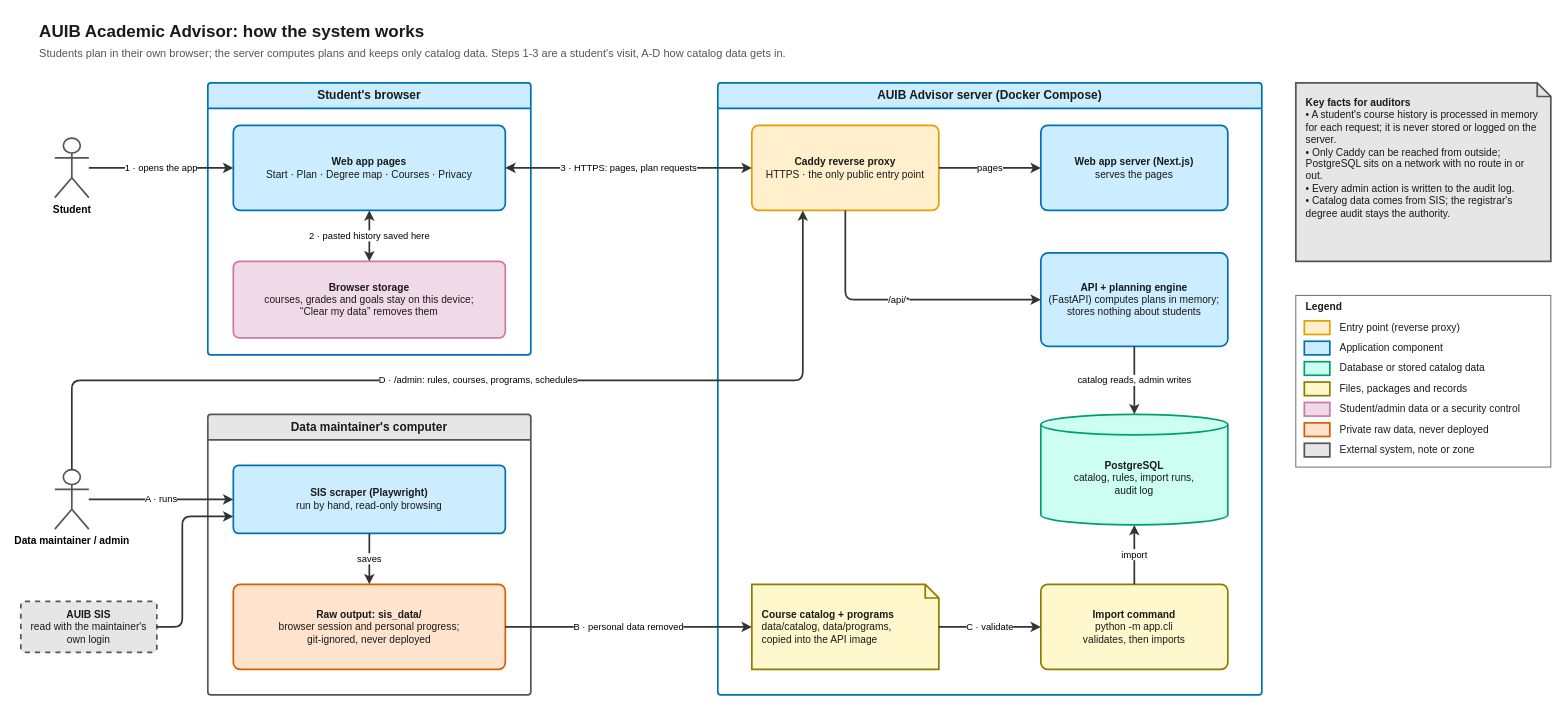
Above: docs/diagrams/00-overview.drawio in zaniixx/AUIB-Academic-Advisor (draw.io), before the change. Source tidied: cells renumbered, new cells numbered last; positions are measured from the earlier drawing's top-left corner, leaving out a move shared by most shapes. Both pictures are drawn from the tidied source at 85%, with x=0, y=0 at pixel (20, 14).
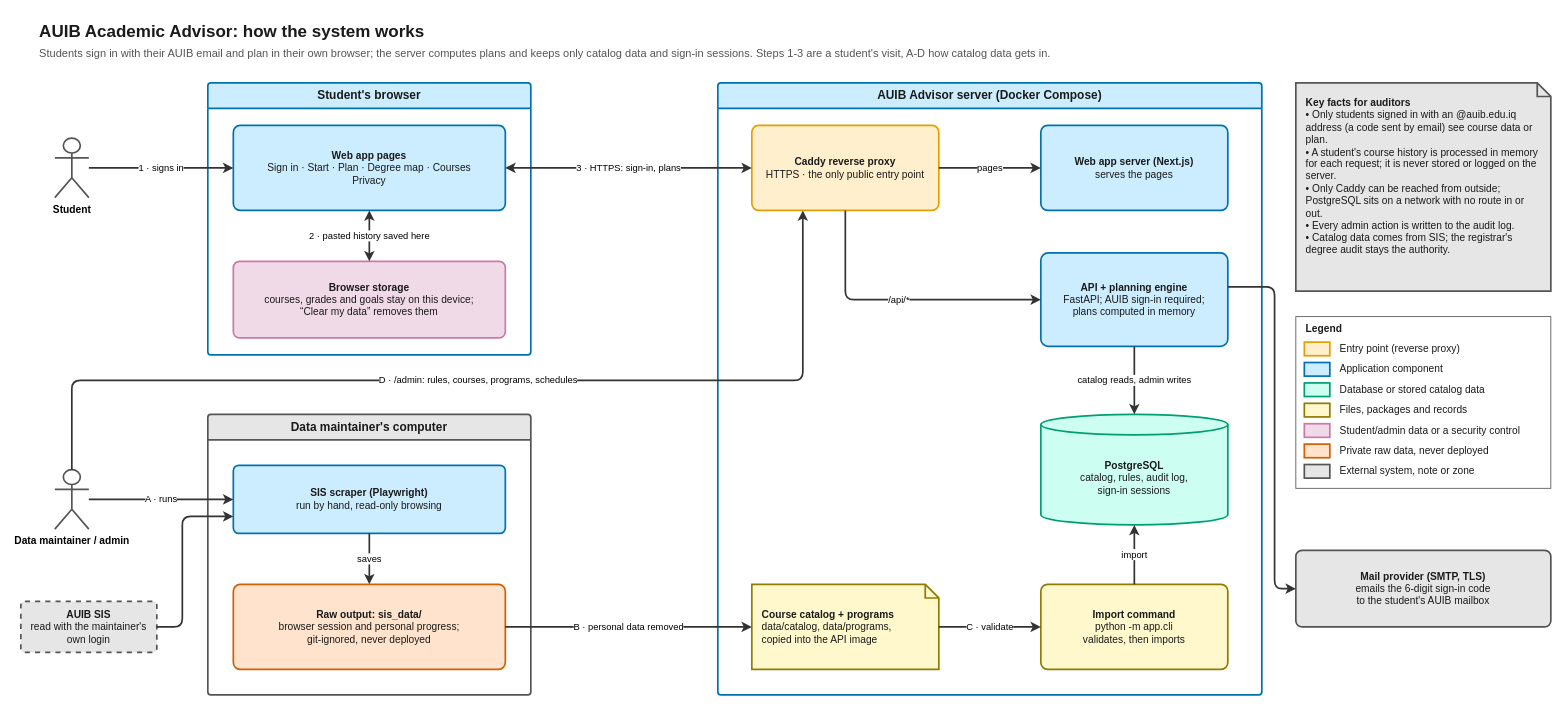
Above is the later version.

The change refers to these unchanged cells:
```xml
<mxCell id="3" value="Student" style="shape=umlActor;verticalLabelPosition=bottom;verticalAlign=top;html=1;outlineConnect=0;fillColor=#ffffff;strokeColor=#555555;fontFamily=Helvetica;fontSize=12;strokeWidth=2;fontStyle=1;" parent="1" vertex="1">
  <mxGeometry x="40" y="145" width="40" height="70" as="geometry" />
</mxCell>
<mxCell id="4" value="Student's browser" style="swimlane;startSize=30;html=1;whiteSpace=wrap;fillColor=#ccedff;strokeColor=#0072b2;swimlaneFillColor=#ffffff;fontColor=#1a1a1a;fontFamily=Helvetica;fontSize=14;fontStyle=1;strokeWidth=2;rounded=1;arcSize=4;" parent="1" vertex="1">
  <mxGeometry x="220" y="80" width="380" height="320" as="geometry" />
</mxCell>
<mxCell id="12" value="AUIB Advisor server (Docker Compose)" style="swimlane;startSize=30;html=1;whiteSpace=wrap;fillColor=#ccedff;strokeColor=#0072b2;swimlaneFillColor=#ffffff;fontColor=#1a1a1a;fontFamily=Helvetica;fontSize=14;fontStyle=1;strokeWidth=2;rounded=1;arcSize=4;" parent="1" vertex="1">
  <mxGeometry x="820" y="80" width="640" height="720" as="geometry" />
</mxCell>
<mxCell id="13" value="&lt;b&gt;Caddy reverse proxy&lt;/b&gt;&lt;br&gt;HTTPS · the only public entry point" style="rounded=1;arcSize=8;whiteSpace=wrap;html=1;fillColor=#ffefcc;strokeColor=#e69f00;fontColor=#1a1a1a;fontFamily=Helvetica;fontSize=12;strokeWidth=2;verticalAlign=middle;" parent="12" vertex="1">
  <mxGeometry x="40" y="50" width="220" height="100" as="geometry" />
</mxCell>
```

What changed in the source:
```diff
@@
-    <mxCell id="2" value="&lt;b&gt;AUIB Academic Advisor: how the system works&lt;/b&gt;&lt;br&gt;&lt;font style=&quot;font-size: 13px&quot; color=&quot;#555555&quot;&gt;Students plan in their own browser; the server computes plans and keeps only catalog data. Steps 1-3 are a student's visit, A-D how catalog data gets in.&lt;/font&gt;" style="text;html=1;whiteSpace=wrap;align=left;verticalAlign=top;fontColor=#1a1a1a;fontFamily=Helvetica;fontSize=12;fontSize=20;" parent="1" vertex="1">
+    <mxCell id="2" value="&lt;b&gt;AUIB Academic Advisor: how the system works&lt;/b&gt;&lt;br&gt;&lt;font style=&quot;font-size: 13px&quot; color=&quot;#555555&quot;&gt;Students sign in with their AUIB email and plan in their own browser; the server computes plans and keeps only catalog data and sign-in sessions. Steps 1-3 are a student's visit, A-D how catalog data gets in.&lt;/font&gt;" style="text;html=1;whiteSpace=wrap;align=left;verticalAlign=top;fontColor=#1a1a1a;fontFamily=Helvetica;fontSize=12;fontSize=20;" parent="1" vertex="1">
       <mxGeometry x="20" width="1780" height="50" as="geometry" />
     </mxCell>
@@
-    <mxCell id="5" value="&lt;b&gt;Web app pages&lt;/b&gt;&lt;br&gt;Start · Plan · Degree map · Courses · Privacy" style="rounded=1;arcSize=8;whiteSpace=wrap;html=1;fillColor=#ccedff;strokeColor=#0072b2;fontColor=#1a1a1a;fontFamily=Helvetica;fontSize=12;strokeWidth=2;verticalAlign=middle;" parent="4" vertex="1">
+    <mxCell id="5" value="&lt;b&gt;Web app pages&lt;/b&gt;&lt;br&gt;Sign in · Start · Plan · Degree map · Courses&lt;br&gt;Privacy" style="rounded=1;arcSize=8;whiteSpace=wrap;html=1;fillColor=#ccedff;strokeColor=#0072b2;fontColor=#1a1a1a;fontFamily=Helvetica;fontSize=12;strokeWidth=2;verticalAlign=middle;" parent="4" vertex="1">
       <mxGeometry x="30" y="50" width="320" height="100" as="geometry" />
     </mxCell>
@@
-    <mxCell id="15" value="&lt;b&gt;API + planning engine&lt;/b&gt;&lt;br&gt;(FastAPI) computes plans in memory;&lt;br&gt;stores nothing about students" style="rounded=1;arcSize=8;whiteSpace=wrap;html=1;fillColor=#ccedff;strokeColor=#0072b2;fontColor=#1a1a1a;fontFamily=Helvetica;fontSize=12;strokeWidth=2;verticalAlign=middle;" parent="12" vertex="1">
+    <mxCell id="15" value="&lt;b&gt;API + planning engine&lt;/b&gt;&lt;br&gt;FastAPI; AUIB sign-in required;&lt;br&gt;plans computed in memory" style="rounded=1;arcSize=8;whiteSpace=wrap;html=1;fillColor=#ccedff;strokeColor=#0072b2;fontColor=#1a1a1a;fontFamily=Helvetica;fontSize=12;strokeWidth=2;verticalAlign=middle;" parent="12" vertex="1">
       <mxGeometry x="380" y="200" width="220" height="110" as="geometry" />
     </mxCell>
-    <mxCell id="16" value="&lt;b&gt;PostgreSQL&lt;/b&gt;&lt;br&gt;catalog, rules, import runs,&lt;br&gt;audit log" style="shape=cylinder3;size=12;boundedLbl=1;whiteSpace=wrap;html=1;fillColor=#ccfff1;strokeColor=#009e73;fontColor=#1a1a1a;fontFamily=Helvetica;fontSize=12;strokeWidth=2;verticalAlign=middle;" parent="12" vertex="1">
+    <mxCell id="16" value="&lt;b&gt;PostgreSQL&lt;/b&gt;&lt;br&gt;catalog, rules, audit log,&lt;br&gt;sign-in sessions" style="shape=cylinder3;size=12;boundedLbl=1;whiteSpace=wrap;html=1;fillColor=#ccfff1;strokeColor=#009e73;fontColor=#1a1a1a;fontFamily=Helvetica;fontSize=12;strokeWidth=2;verticalAlign=middle;" parent="12" vertex="1">
       <mxGeometry x="380" y="390" width="220" height="130" as="geometry" />
     </mxCell>
@@
-    <mxCell id="19" value="1 · opens the app" style="edgeStyle=orthogonalEdgeStyle;rounded=1;jettySize=auto;html=1;endArrow=classic;endFill=1;strokeWidth=2;strokeColor=#333333;fontFamily=Helvetica;fontSize=11;labelBackgroundColor=#ffffff;exitX=1;exitY=0.5;exitDx=0;exitDy=0;entryX=0;entryY=0.5;entryDx=0;entryDy=0;" parent="1" edge="1" source="3" target="5">
+    <mxCell id="19" value="1 · signs in" style="edgeStyle=orthogonalEdgeStyle;rounded=1;jettySize=auto;html=1;endArrow=classic;endFill=1;strokeWidth=2;strokeColor=#333333;fontFamily=Helvetica;fontSize=11;labelBackgroundColor=#ffffff;exitX=1;exitY=0.5;exitDx=0;exitDy=0;entryX=0;entryY=0.5;entryDx=0;entryDy=0;" parent="1" edge="1" source="3" target="5">
       <mxGeometry relative="1" as="geometry" />
     </mxCell>
@@
-    <mxCell id="21" value="3 · HTTPS: pages, plan requests" style="edgeStyle=orthogonalEdgeStyle;rounded=1;jettySize=auto;html=1;endArrow=classic;endFill=1;strokeWidth=2;strokeColor=#333333;fontFamily=Helvetica;fontSize=11;labelBackgroundColor=#ffffff;exitX=1;exitY=0.5;exitDx=0;exitDy=0;entryX=0;entryY=0.5;entryDx=0;entryDy=0;startArrow=classic;startFill=1;" parent="1" edge="1" source="5" target="13">
+    <mxCell id="21" value="3 · HTTPS: sign-in, plans" style="edgeStyle=orthogonalEdgeStyle;rounded=1;jettySize=auto;html=1;endArrow=classic;endFill=1;strokeWidth=2;strokeColor=#333333;fontFamily=Helvetica;fontSize=11;labelBackgroundColor=#ffffff;exitX=1;exitY=0.5;exitDx=0;exitDy=0;entryX=0;entryY=0.5;entryDx=0;entryDy=0;startArrow=classic;startFill=1;" parent="1" edge="1" source="5" target="13">
       <mxGeometry relative="1" as="geometry" />
     </mxCell>
@@
-    <mxCell id="32" value="&lt;b&gt;Key facts for auditors&lt;/b&gt;&lt;br&gt;• A student's course history is processed in memory for each request; it is never stored or logged on the server.&lt;br&gt;• Only Caddy can be reached from outside; PostgreSQL sits on a network with no route in or out.&lt;br&gt;• Every admin action is written to the audit log.&lt;br&gt;• Catalog data comes from SIS; the registrar's degree audit stays the authority." style="shape=note;size=16;whiteSpace=wrap;html=1;fillColor=#e6e6e6;strokeColor=#555555;fontColor=#1a1a1a;fontFamily=Helvetica;fontSize=12;strokeWidth=2;verticalAlign=middle;align=left;spacingLeft=10;spacingRight=10;verticalAlign=top;spacingTop=10;" parent="1" vertex="1">
-      <mxGeometry x="1500" y="80" width="300" height="210" as="geometry" />
+    <mxCell id="32" value="&lt;b&gt;Key facts for auditors&lt;/b&gt;&lt;br&gt;• Only students signed in with an @auib.edu.iq address (a code sent by email) see course data or plan.&lt;br&gt;• A student's course history is processed in memory for each request; it is never stored or logged on the server.&lt;br&gt;• Only Caddy can be reached from outside; PostgreSQL sits on a network with no route in or out.&lt;br&gt;• Every admin action is written to the audit log.&lt;br&gt;• Catalog data comes from SIS; the registrar's degree audit stays the authority." style="shape=note;size=16;whiteSpace=wrap;html=1;fillColor=#e6e6e6;strokeColor=#555555;fontColor=#1a1a1a;fontFamily=Helvetica;fontSize=12;strokeWidth=2;verticalAlign=middle;align=left;spacingLeft=10;spacingRight=10;verticalAlign=top;spacingTop=10;" parent="1" vertex="1">
+      <mxGeometry x="1500" y="80" width="300" height="245" as="geometry" />
     </mxCell>
     <mxCell id="33" value="Legend" style="rounded=0;whiteSpace=wrap;html=1;fillColor=#ffffff;strokeColor=#555555;verticalAlign=top;fontStyle=1;fontFamily=Helvetica;fontSize=12;align=left;spacingLeft=10;fontColor=#1a1a1a;" parent="1" vertex="1">
-      <mxGeometry x="1500" y="330" width="300" height="202" as="geometry" />
+      <mxGeometry x="1500" y="355" width="300" height="202" as="geometry" />
     </mxCell>
@@
+    <mxCell id="48" value="&lt;b&gt;Mail provider (SMTP, TLS)&lt;/b&gt;&lt;br&gt;emails the 6-digit sign-in code&lt;br&gt;to the student's AUIB mailbox" style="rounded=1;arcSize=8;whiteSpace=wrap;html=1;fillColor=#e6e6e6;strokeColor=#555555;fontColor=#1a1a1a;fontFamily=Helvetica;fontSize=12;strokeWidth=2;verticalAlign=middle;" parent="1" vertex="1">
+      <mxGeometry x="1500" y="630" width="300" height="90" as="geometry" />
+    </mxCell>
+    <mxCell id="49" style="edgeStyle=orthogonalEdgeStyle;rounded=1;jettySize=auto;html=1;endArrow=classic;endFill=1;strokeWidth=2;strokeColor=#333333;fontFamily=Helvetica;fontSize=11;labelBackgroundColor=#ffffff;exitX=1;exitY=0.3636;exitDx=0;exitDy=0;entryX=0;entryY=0.5;entryDx=0;entryDy=0;" parent="1" edge="1" source="15" target="48">
+      <mxGeometry relative="1" as="geometry">
+        <Array as="points">
+          <mxPoint x="1475" y="320" />
+          <mxPoint x="1475" y="675" />
+        </Array>
+      </mxGeometry>
+    </mxCell>
```
